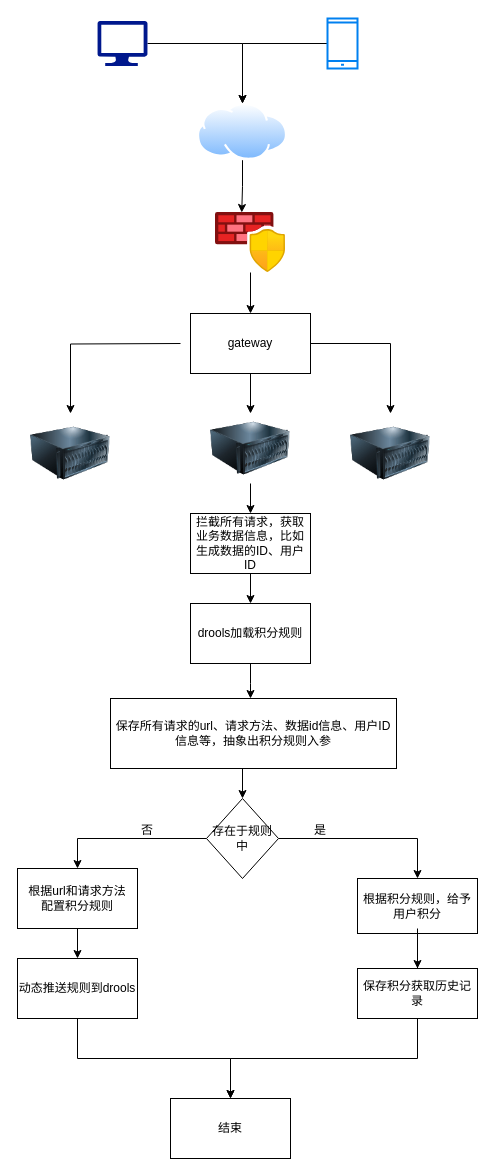
huyongchao98/dapp keeps this draw.io diagram as 积分管理.drawio. Above is the earlier version. Source tidied: cells renumbered, new cells numbered last; positions are measured from the earlier drawing's top-left corner, leaving out a move shared by most shapes. Both pictures are drawn from the tidied source at 100%, with x=0, y=0 at pixel (17, 18).
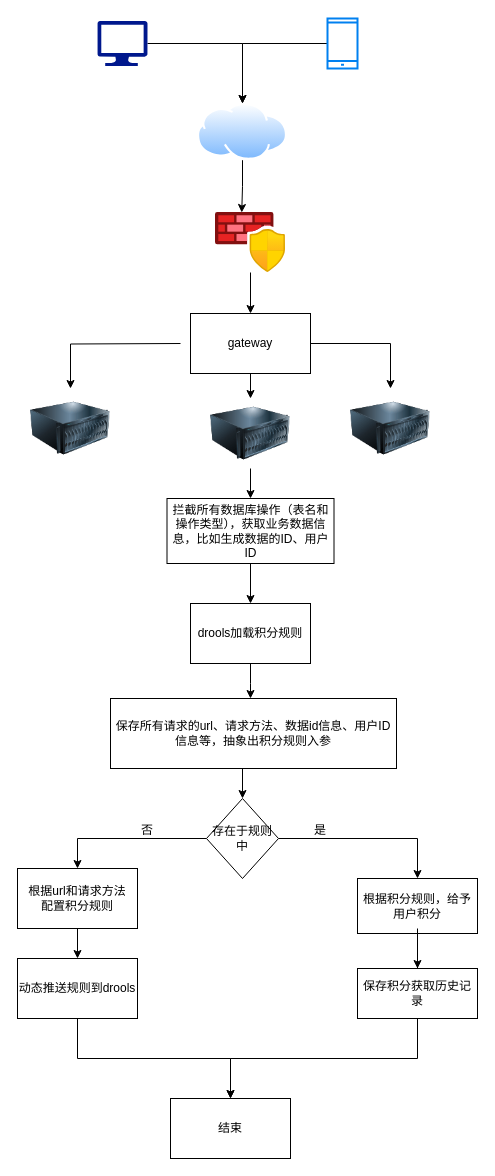
The same diagram, later.

Commit message (it also covers changes not shown here):
更新积分管理.drawio

What changed in the source:
```diff
@@
     <mxCell id="14" style="image;html=1;image=img/lib/clip_art/computers/Server_128x128.png;" parent="1" vertex="1">
-      <mxGeometry x="193" y="395" width="80" height="70" as="geometry" />
+      <mxGeometry x="193" y="380" width="80" height="70" as="geometry" />
     </mxCell>
     <mxCell id="15" style="image;html=1;image=img/lib/clip_art/computers/Server_128x128.png;" parent="1" vertex="1">
-      <mxGeometry x="333" y="395" width="80" height="80" as="geometry" />
+      <mxGeometry x="333" y="370" width="80" height="80" as="geometry" />
     </mxCell>
     <mxCell id="16" style="image;html=1;image=img/lib/clip_art/computers/Server_128x128.png;" parent="1" vertex="1">
-      <mxGeometry x="13" y="395" width="80" height="80" as="geometry" />
+      <mxGeometry x="13" y="370" width="80" height="80" as="geometry" />
     </mxCell>
@@
-    <mxCell id="19" value="拦截所有请求，获取业务数据信息，比如生成数据的ID、用户ID" style="rounded=0;whiteSpace=wrap;html=1;" parent="1" vertex="1">
-      <mxGeometry x="173" y="495" width="120" height="60" as="geometry" />
+    <mxCell id="19" value="拦截所有数据库操作（表名和操作类型），获取业务数据信息，比如生成数据的ID、用户ID" style="rounded=0;whiteSpace=wrap;html=1;" parent="1" vertex="1">
+      <mxGeometry x="149.5" y="480" width="167" height="65" as="geometry" />
     </mxCell>
```
